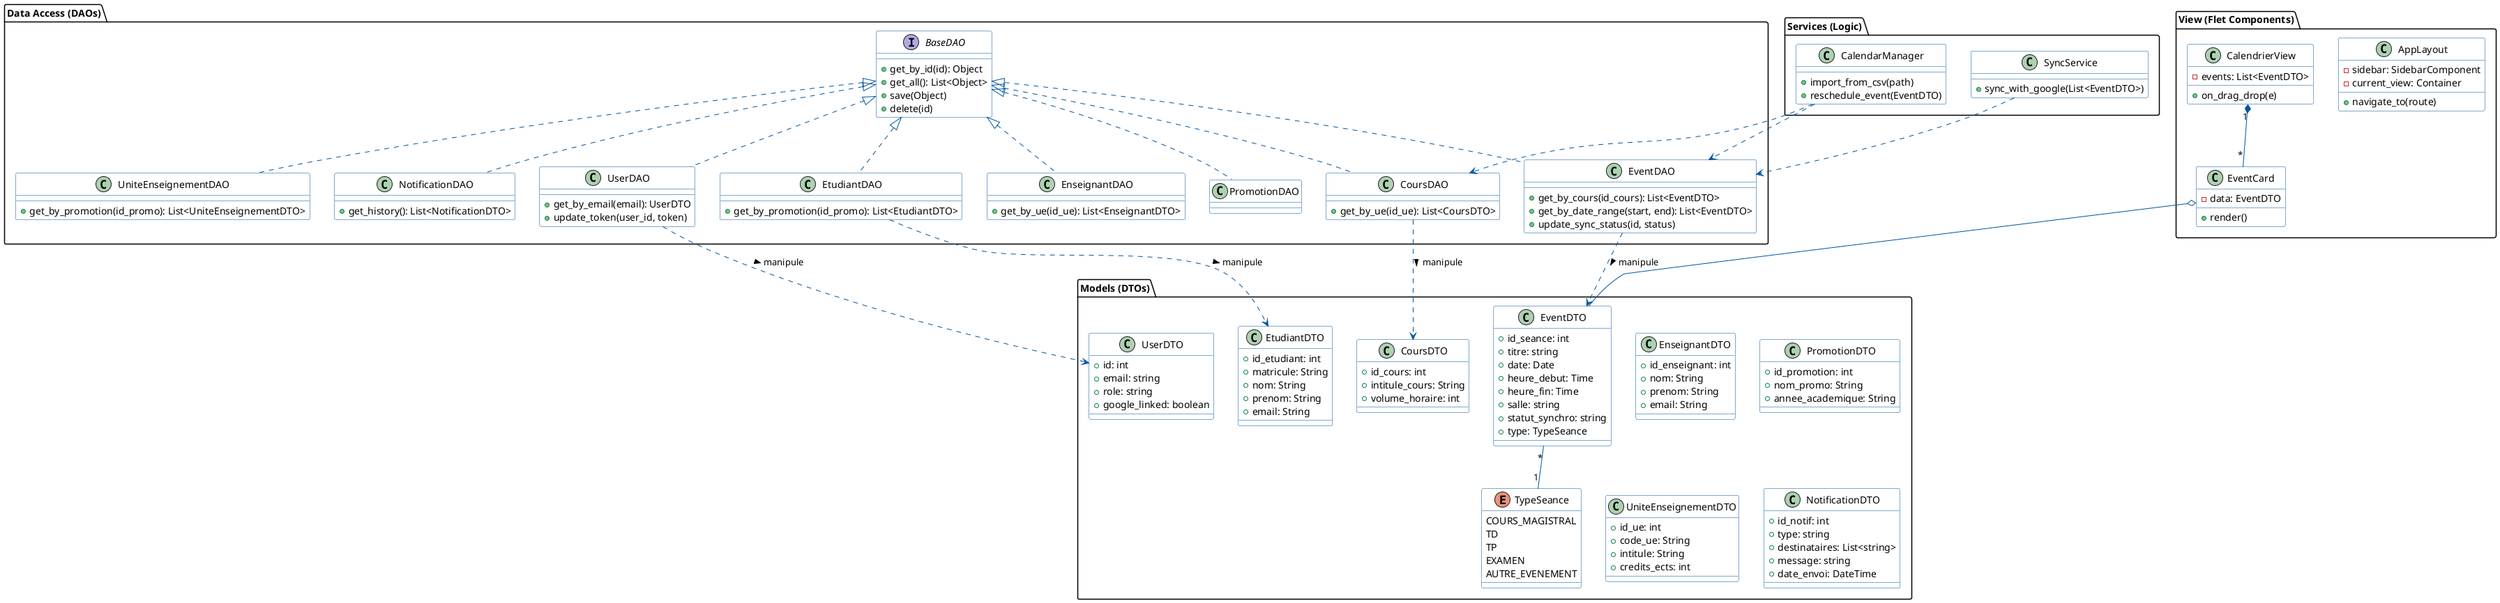
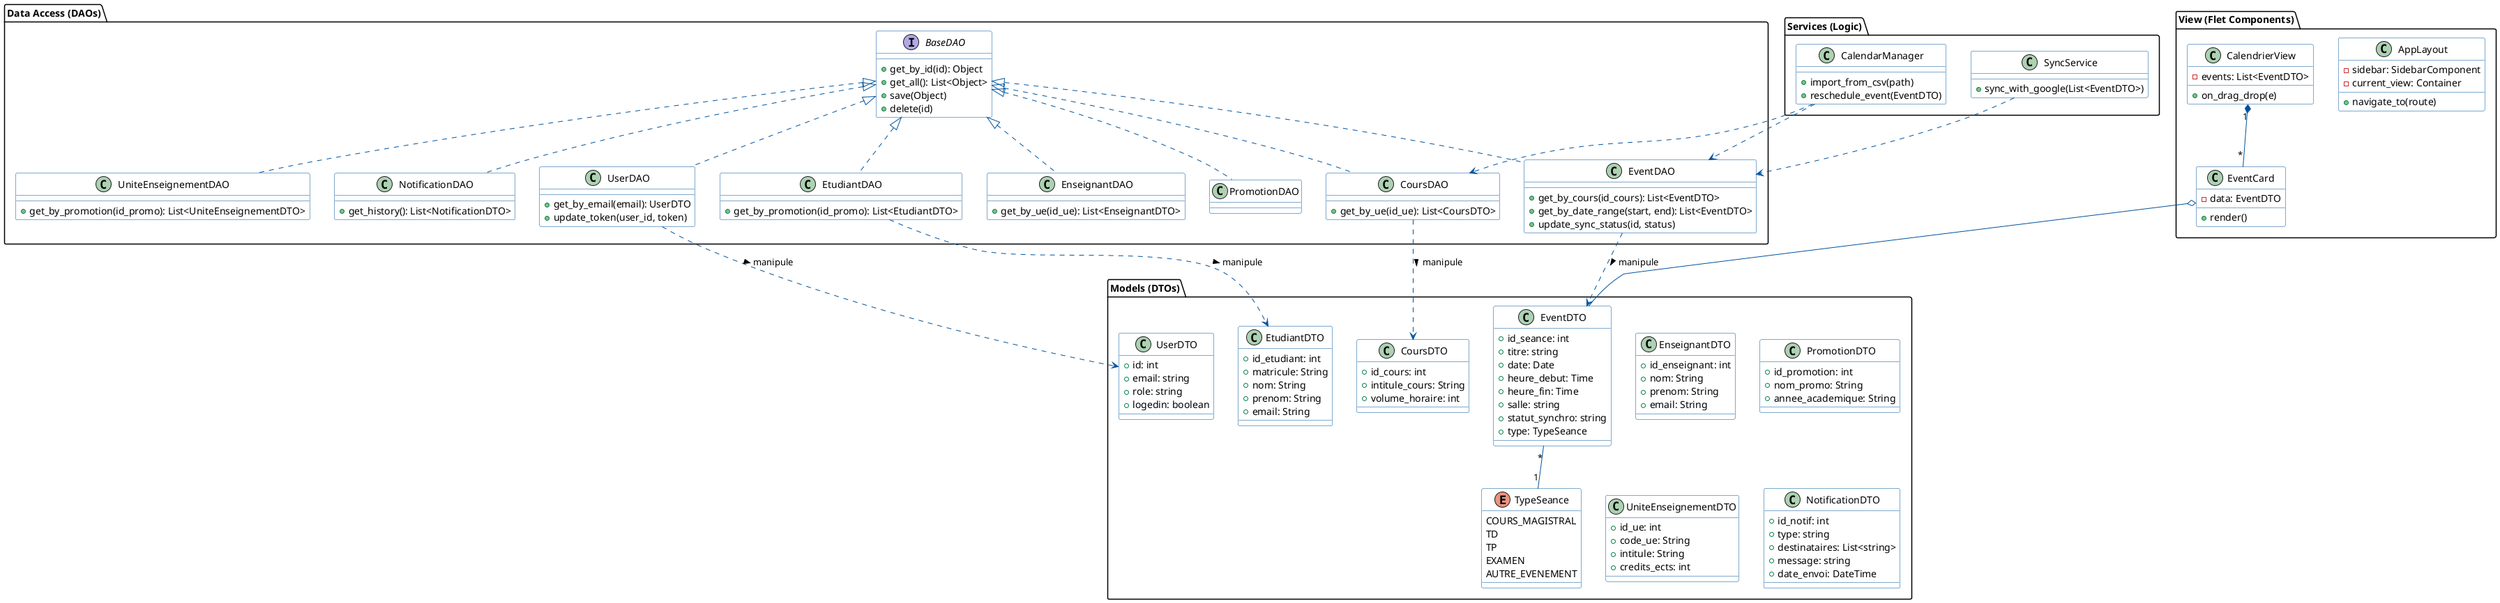
@startuml

' --- Style du diagramme ---
skinparam class {
    BackgroundColor white
    ArrowColor #00529B
    BorderColor #00529B
}
skinparam roundcorner 5

' ==========================================
' 1. COUCHE DTO (Modèles de données purs)
' ==========================================
package "Models (DTOs)" {

    enum TypeSeance {
        COURS_MAGISTRAL
        TD
        TP
        EXAMEN
        AUTRE_EVENEMENT
    }

    class UserDTO {
        +id: int
        +email: string
        +role: string
-         +google_linked: boolean
+         +logedin: boolean
    }

    class EtudiantDTO {
        +id_etudiant: int
        +matricule: String
        +nom: String
        +prenom: String
        +email: String
    }

    class EnseignantDTO {
        +id_enseignant: int
        +nom: String
        +prenom: String
        +email: String
    }

    class PromotionDTO {
        +id_promotion: int
        +nom_promo: String
        +annee_academique: String
    }

    class UniteEnseignementDTO {
        +id_ue: int
        +code_ue: String
        +intitule: String
        +credits_ects: int
    }

    class CoursDTO {
        +id_cours: int
        +intitule_cours: String
        +volume_horaire: int
    }

    class EventDTO {
        +id_seance: int
        +titre: string
        +date: Date
        +heure_debut: Time
        +heure_fin: Time
        +salle: string
        +statut_synchro: string
        +type: TypeSeance
    }

    class NotificationDTO {
        +id_notif: int
        +type: string
        +destinataires: List<string>
        +message: string
        +date_envoi: DateTime
    }
}

' ==========================================
' 2. COUCHE DAO (Accès aux Données)
' ==========================================
package "Data Access (DAOs)" {

    interface BaseDAO {
        +get_by_id(id): Object
        +get_all(): List<Object>
        +save(Object)
        +delete(id)
    }

    class UserDAO implements BaseDAO {
        +get_by_email(email): UserDTO
        +update_token(user_id, token)
    }

    class EtudiantDAO implements BaseDAO {
        +get_by_promotion(id_promo): List<EtudiantDTO>
    }

    class EnseignantDAO implements BaseDAO {
        +get_by_ue(id_ue): List<EnseignantDTO>
    }

    class PromotionDAO implements BaseDAO {}

    class UniteEnseignementDAO implements BaseDAO {
        +get_by_promotion(id_promo): List<UniteEnseignementDTO>
    }

    class CoursDAO implements BaseDAO {
        +get_by_ue(id_ue): List<CoursDTO>
    }

    class EventDAO implements BaseDAO {
        +get_by_cours(id_cours): List<EventDTO>
        +get_by_date_range(start, end): List<EventDTO>
        +update_sync_status(id, status)
    }

    class NotificationDAO implements BaseDAO {
        +get_history(): List<NotificationDTO>
    }
}

' ==========================================
' 3. COUCHE UI (Composants Flet)
' ==========================================
package "View (Flet Components)" {
    class AppLayout {
        -sidebar: SidebarComponent
        -current_view: Container
        +navigate_to(route)
    }

    class CalendrierView {
        -events: List<EventDTO>
        +on_drag_drop(e)
    }

    class EventCard {
        -data: EventDTO
        +render()
    }
}

' ==========================================
' 4. COUCHE SERVICES (Logique Métier)
' ==========================================
package "Services (Logic)" {
    class CalendarManager {
        +import_from_csv(path)
        +reschedule_event(EventDTO)
    }

    class SyncService {
        +sync_with_google(List<EventDTO>)
    }
}

' ==========================================
' RELATIONS
' ==========================================
' DTOs utilisent les Enums
EventDTO "*" -- "1" TypeSeance

' Composition UI
CalendrierView "1" *-- "*" EventCard
EventCard o-- EventDTO

' Services utilisent les DAOs
CalendarManager ..> EventDAO
CalendarManager ..> CoursDAO
SyncService ..> EventDAO

' DAOs renvoient des DTOs
EventDAO ..> EventDTO : "manipule >"
EtudiantDAO ..> EtudiantDTO : "manipule >"
CoursDAO ..> CoursDTO : "manipule >"
UserDAO ..> UserDTO : "manipule >"

@enduml
